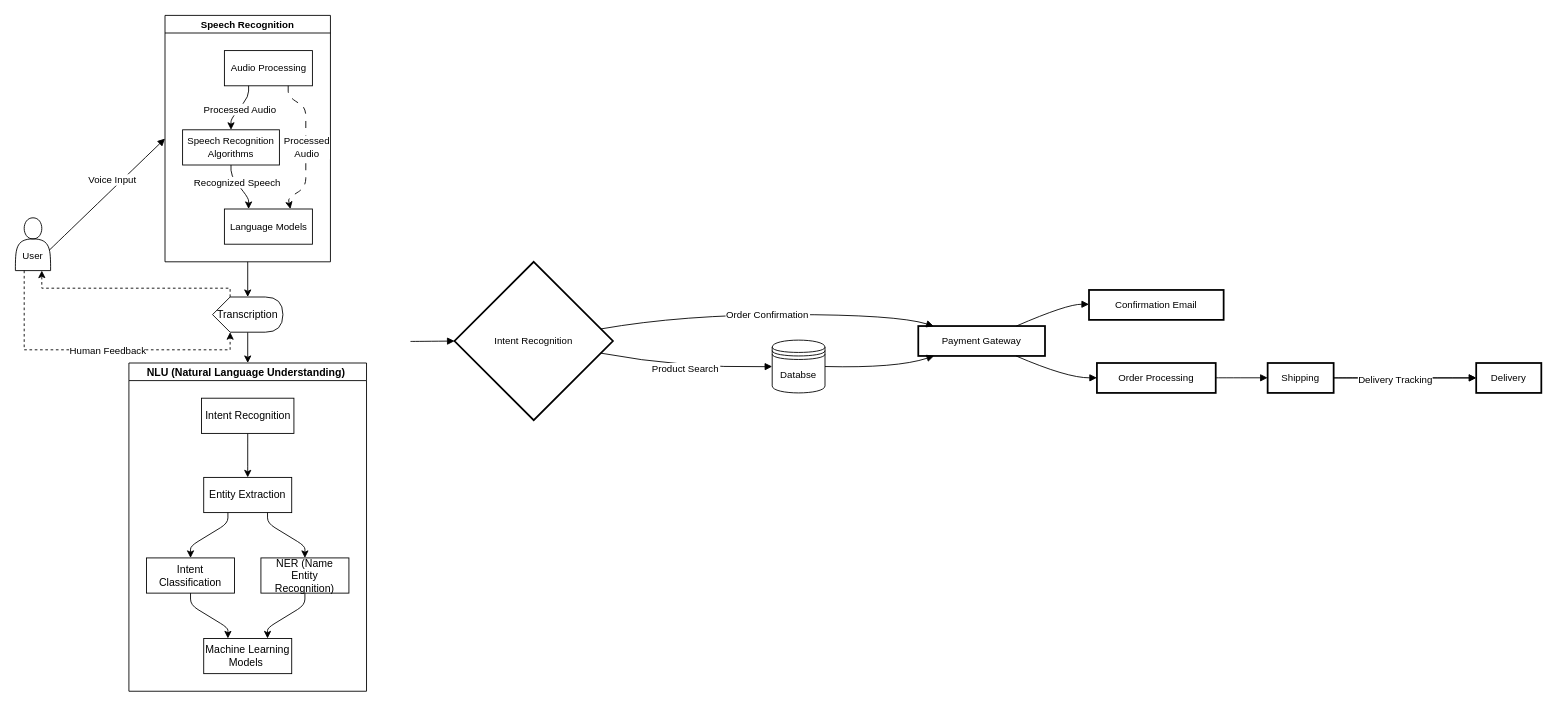
The draw.io diagram Voice Assisted Shopping SA.drawio in shpatrickguo/side-projects, before the edit. Source tidied: cells renumbered, new cells numbered last; positions are measured from the earlier drawing's top-left corner, leaving out a move shared by most shapes. Both pictures are drawn from the tidied source at 88%, with x=0, y=0 at pixel (15, 15).
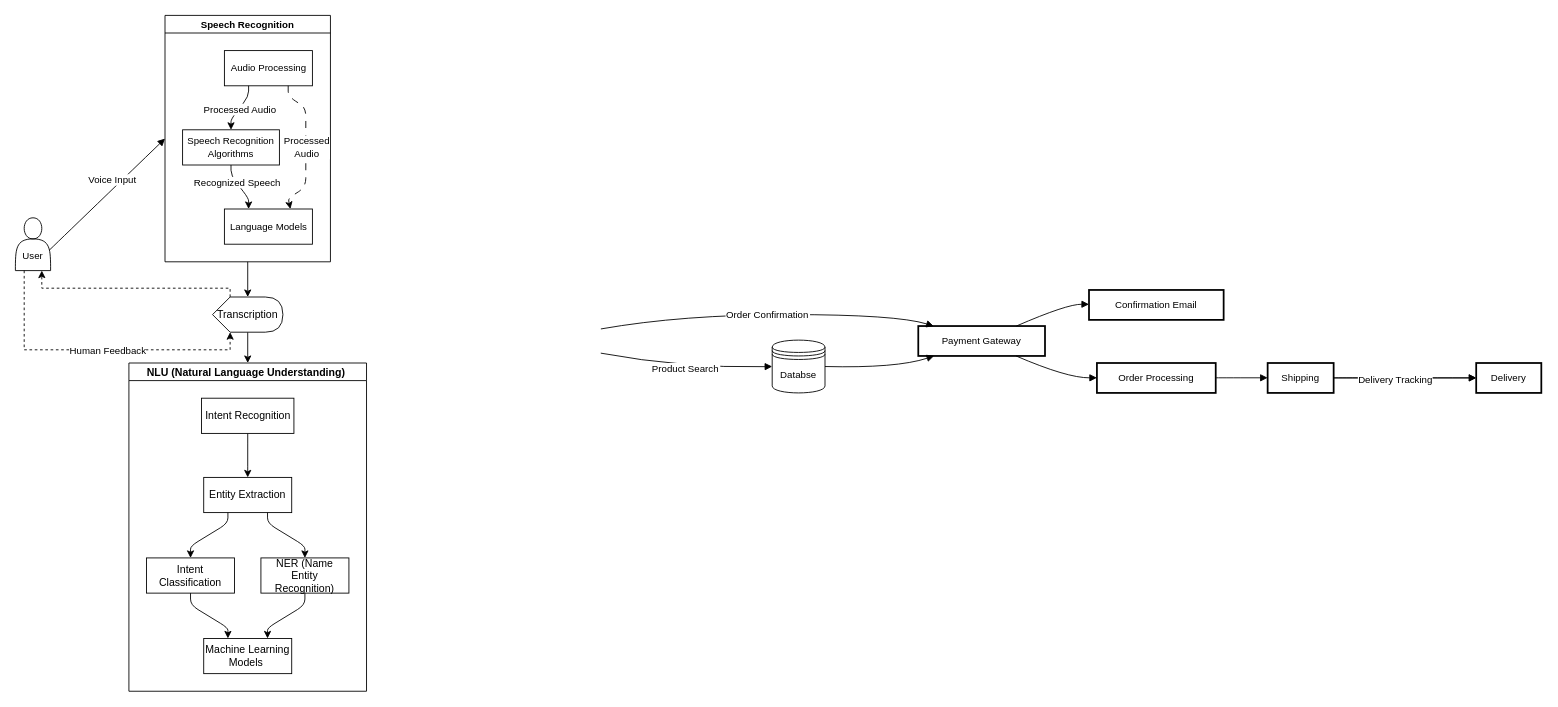
Above is the later version.

Unchanged cells that the change refers to:
```xml
<mxCell id="3" value="Payment Gateway" style="whiteSpace=wrap;strokeWidth=2;fontSize=11;" parent="1" vertex="1">
  <mxGeometry x="1026" y="353" width="144" height="34" as="geometry" />
</mxCell>
<mxCell id="20" value="Databse" style="shape=datastore;whiteSpace=wrap;html=1;fontSize=11;" parent="1" vertex="1">
  <mxGeometry x="860" y="369" width="60" height="60" as="geometry" />
</mxCell>
```

What changed in the source:
```diff
@@
-    <mxCell id="2" value="Intent Recognition" style="rhombus;strokeWidth=2;whiteSpace=wrap;fontSize=11;" parent="1" vertex="1">
-      <mxGeometry x="499" y="280" width="180" height="180" as="geometry" />
-    </mxCell>
@@
-    <mxCell id="11" style="curved=1;startArrow=none;endArrow=block;exitX=1.0002200704225352;exitY=0.5020680147058824;entryX=0.00017361111111111112;entryY=0.500390625;fontSize=11;" parent="1" edge="1" target="2">
-      <mxGeometry relative="1" as="geometry">
-        <mxPoint x="449" y="370.5" as="sourcePoint" />
-      </mxGeometry>
-    </mxCell>
-    <mxCell id="12" value="Product Search" style="curved=1;startArrow=none;endArrow=block;exitX=1.0009548611111112;exitY=0.590812759277581;entryX=0;entryY=0.5;entryDx=0;entryDy=0;fontSize=11;" parent="1" edge="1" source="2" target="20">
+    <mxCell id="12" value="Product Search" style="curved=1;startArrow=none;endArrow=block;exitX=1.0009548611111112;exitY=0.590812759277581;entryX=0;entryY=0.5;entryDx=0;entryDy=0;fontSize=11;" parent="1" edge="1" target="20">
       <mxGeometry relative="1" as="geometry">
+        <mxPoint x="665.2" y="383.8" as="sourcePoint" />
         <Array as="points">
           <mxPoint x="758" y="401" />
         </Array>
       </mxGeometry>
     </mxCell>
-    <mxCell id="13" value="Order Confirmation" style="curved=1;startArrow=none;endArrow=block;exitX=1.0009548611111112;exitY=0.409968490722419;entryX=0.12864320959984038;entryY=0.00942095588235294;fontSize=11;" parent="1" edge="1" source="2" target="3">
+    <mxCell id="13" value="Order Confirmation" style="curved=1;startArrow=none;endArrow=block;exitX=1.0009548611111112;exitY=0.409968490722419;entryX=0.12864320959984038;entryY=0.00942095588235294;fontSize=11;" parent="1" edge="1" target="3">
       <mxGeometry relative="1" as="geometry">
+        <mxPoint x="665.3" y="356.3" as="sourcePoint" />
         <Array as="points">
           <mxPoint x="758" y="340" />
           <mxPoint x="1001" y="340" />
         </Array>
       </mxGeometry>
     </mxCell>
```
